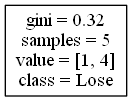
The Graphviz diagram DecisionTrees/Mountain Westdecision_tree_no_score_or_attendance16.png in alexana-steck/CSE482Project, before a commit. Its source is kept beside it as DecisionTrees/Mountain Westdecision_tree_no_score_or_attendance16.dot. The source it was exported from:
```dot
digraph Tree {
node [shape=box] ;
0 [label="gini = 0.32\nsamples = 5\nvalue = [1, 4]\nclass = Lose"] ;
}
```
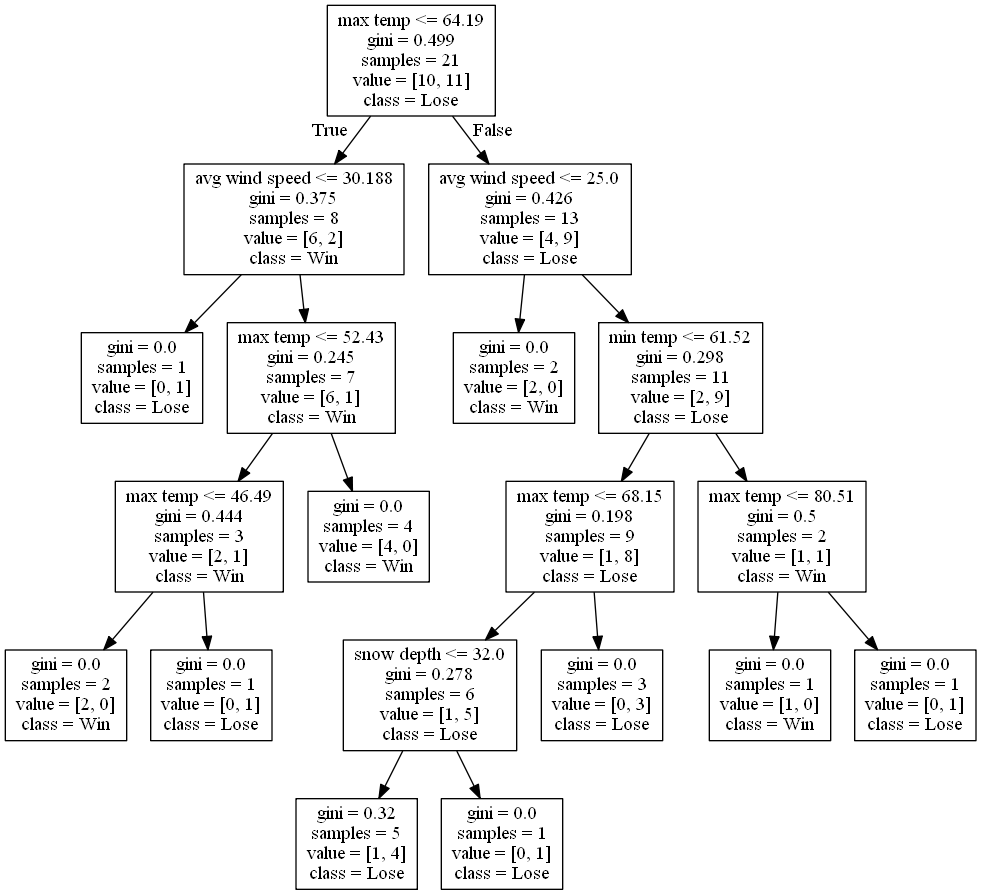
Above is the later version.

What changed in the source:
```diff
@@ -1,4 +1,40 @@
 digraph Tree {
 node [shape=box] ;
-0 [label="gini = 0.32\nsamples = 5\nvalue = [1, 4]\nclass = Lose"] ;
+0 [label="max temp <= 64.19\ngini = 0.499\nsamples = 21\nvalue = [10, 11]\nclass = Lose"] ;
+1 [label="avg wind speed <= 30.188\ngini = 0.375\nsamples = 8\nvalue = [6, 2]\nclass = Win"] ;
+0 -> 1 [labeldistance=2.5, labelangle=45, headlabel="True"] ;
+2 [label="gini = 0.0\nsamples = 1\nvalue = [0, 1]\nclass = Lose"] ;
+1 -> 2 ;
+3 [label="max temp <= 52.43\ngini = 0.245\nsamples = 7\nvalue = [6, 1]\nclass = Win"] ;
+1 -> 3 ;
+4 [label="max temp <= 46.49\ngini = 0.444\nsamples = 3\nvalue = [2, 1]\nclass = Win"] ;
+3 -> 4 ;
+5 [label="gini = 0.0\nsamples = 2\nvalue = [2, 0]\nclass = Win"] ;
+4 -> 5 ;
+6 [label="gini = 0.0\nsamples = 1\nvalue = [0, 1]\nclass = Lose"] ;
+4 -> 6 ;
+7 [label="gini = 0.0\nsamples = 4\nvalue = [4, 0]\nclass = Win"] ;
+3 -> 7 ;
+8 [label="avg wind speed <= 25.0\ngini = 0.426\nsamples = 13\nvalue = [4, 9]\nclass = Lose"] ;
+0 -> 8 [labeldistance=2.5, labelangle=-45, headlabel="False"] ;
+9 [label="gini = 0.0\nsamples = 2\nvalue = [2, 0]\nclass = Win"] ;
+8 -> 9 ;
+10 [label="min temp <= 61.52\ngini = 0.298\nsamples = 11\nvalue = [2, 9]\nclass = Lose"] ;
+8 -> 10 ;
+11 [label="max temp <= 68.15\ngini = 0.198\nsamples = 9\nvalue = [1, 8]\nclass = Lose"] ;
+10 -> 11 ;
+12 [label="snow depth <= 32.0\ngini = 0.278\nsamples = 6\nvalue = [1, 5]\nclass = Lose"] ;
+11 -> 12 ;
+13 [label="gini = 0.32\nsamples = 5\nvalue = [1, 4]\nclass = Lose"] ;
+12 -> 13 ;
+14 [label="gini = 0.0\nsamples = 1\nvalue = [0, 1]\nclass = Lose"] ;
+12 -> 14 ;
+15 [label="gini = 0.0\nsamples = 3\nvalue = [0, 3]\nclass = Lose"] ;
+11 -> 15 ;
+16 [label="max temp <= 80.51\ngini = 0.5\nsamples = 2\nvalue = [1, 1]\nclass = Win"] ;
+10 -> 16 ;
+17 [label="gini = 0.0\nsamples = 1\nvalue = [1, 0]\nclass = Win"] ;
+16 -> 17 ;
+18 [label="gini = 0.0\nsamples = 1\nvalue = [0, 1]\nclass = Lose"] ;
+16 -> 18 ;
 }
```
